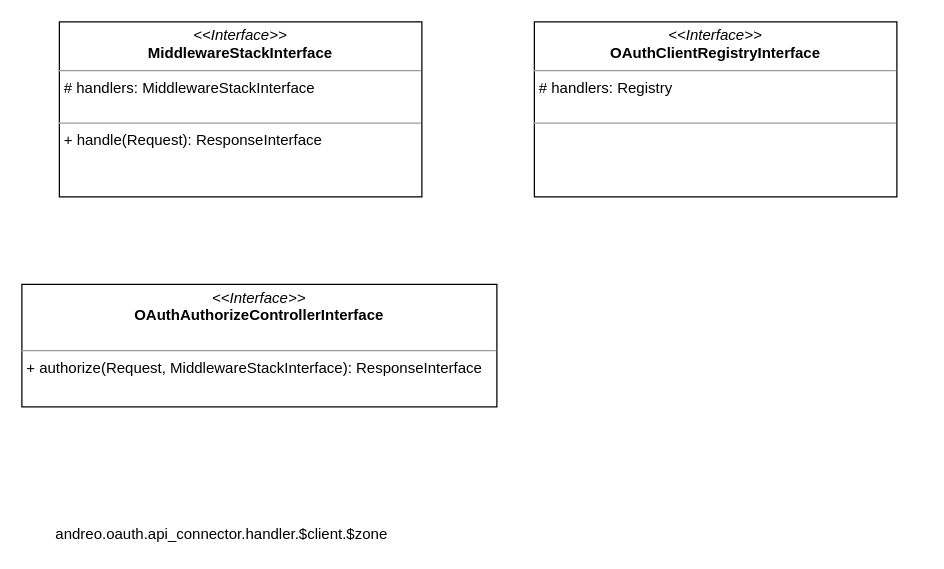
Above: page "Page-3" (2 of 3) of oauth.drawio in andrzej-pakula/oauth-api-connector-bundle (draw.io), before the change. Source tidied: cells renumbered, new cells numbered last; positions are measured from the earlier drawing's top-left corner, leaving out a move shared by most shapes. Both pictures are drawn from the tidied source at 125%, with x=0, y=0 at pixel (21, 21).
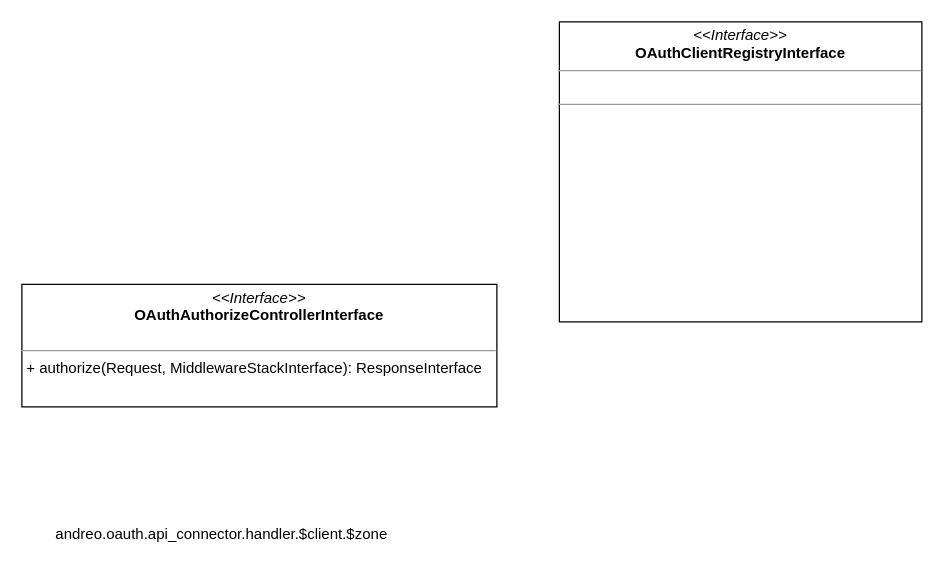
After the change.

The edit, as a diff of the source:
```diff
@@
 <mxGraphModel>
   <root>
     <mxCell id="0" />
     <mxCell id="1" parent="0" />
-    <mxCell id="2" value="&lt;p style=&quot;margin: 0px ; margin-top: 4px ; text-align: center&quot;&gt;&lt;i&gt;&amp;lt;&amp;lt;Interface&amp;gt;&amp;gt;&lt;/i&gt;&lt;br&gt;&lt;b&gt;MiddlewareStackInterface&lt;/b&gt;&lt;/p&gt;&lt;hr size=&quot;1&quot;&gt;&lt;p style=&quot;margin: 0px ; margin-left: 4px&quot;&gt;# handlers: MiddlewareStackInterface&lt;br&gt;&lt;br&gt;&lt;/p&gt;&lt;hr size=&quot;1&quot;&gt;&lt;p style=&quot;margin: 0px ; margin-left: 4px&quot;&gt;+ handle(Request): ResponseInterface&lt;/p&gt;" style="verticalAlign=top;align=left;overflow=fill;fontSize=12;fontFamily=Helvetica;html=1;" parent="1" vertex="1">
-      <mxGeometry x="30" width="290" height="140" as="geometry" />
-    </mxCell>
     <mxCell id="3" value="&lt;p style=&quot;margin: 0px ; margin-top: 4px ; text-align: center&quot;&gt;&lt;i&gt;&amp;lt;&amp;lt;Interface&amp;gt;&amp;gt;&lt;/i&gt;&lt;br&gt;&lt;b&gt;OAuthAuthorizeControllerInterface&lt;/b&gt;&lt;br&gt;&lt;/p&gt;&lt;p style=&quot;margin: 0px ; margin-left: 4px&quot;&gt;&lt;br&gt;&lt;/p&gt;&lt;hr size=&quot;1&quot;&gt;&lt;p style=&quot;margin: 0px ; margin-left: 4px&quot;&gt;+ authorize(Request, MiddlewareStackInterface): ResponseInterface&lt;br&gt;&lt;br&gt;&lt;/p&gt;" style="verticalAlign=top;align=left;overflow=fill;fontSize=12;fontFamily=Helvetica;html=1;" parent="1" vertex="1">
       <mxGeometry y="210" width="380" height="98" as="geometry" />
     </mxCell>
-    <mxCell id="4" value="&lt;p style=&quot;margin: 0px ; margin-top: 4px ; text-align: center&quot;&gt;&lt;i&gt;&amp;lt;&amp;lt;Interface&amp;gt;&amp;gt;&lt;/i&gt;&lt;br&gt;&lt;b&gt;OAuthClientRegistryInterface&lt;/b&gt;&lt;/p&gt;&lt;hr size=&quot;1&quot;&gt;&lt;p style=&quot;margin: 0px ; margin-left: 4px&quot;&gt;# handlers: Registry&lt;br&gt;&lt;br&gt;&lt;/p&gt;&lt;hr size=&quot;1&quot;&gt;&lt;p style=&quot;margin: 0px ; margin-left: 4px&quot;&gt;&lt;br&gt;&lt;/p&gt;" style="verticalAlign=top;align=left;overflow=fill;fontSize=12;fontFamily=Helvetica;html=1;" parent="1" vertex="1">
-      <mxGeometry x="410" width="290" height="140" as="geometry" />
+    <mxCell id="4" value="&lt;p style=&quot;margin: 0px ; margin-top: 4px ; text-align: center&quot;&gt;&lt;i&gt;&amp;lt;&amp;lt;Interface&amp;gt;&amp;gt;&lt;/i&gt;&lt;br&gt;&lt;b&gt;OAuthClientRegistryInterface&lt;/b&gt;&lt;/p&gt;&lt;hr size=&quot;1&quot;&gt;&lt;p style=&quot;margin: 0px ; margin-left: 4px&quot;&gt;&lt;br&gt;&lt;/p&gt;&lt;hr size=&quot;1&quot;&gt;&lt;p style=&quot;margin: 0px ; margin-left: 4px&quot;&gt;&lt;br&gt;&lt;/p&gt;" style="verticalAlign=top;align=left;overflow=fill;fontSize=12;fontFamily=Helvetica;html=1;" parent="1" vertex="1">
+      <mxGeometry x="430" width="290" height="240" as="geometry" />
     </mxCell>
     <mxCell id="5" value="andreo.oauth.api_connector.handler.$client.$zone" style="text;html=1;strokeColor=none;fillColor=none;align=center;verticalAlign=middle;whiteSpace=wrap;rounded=0;" parent="1" vertex="1">
       <mxGeometry x="80" y="400" width="160" height="20" as="geometry" />
     </mxCell>
   </root>
 </mxGraphModel>
```
